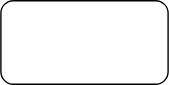
nicholasdille/container-slides keeps this draw.io diagram as 160_gitlab_ci/110_triggers/example2.drawio.svg. Above is the earlier version. Source tidied: cells renumbered, new cells last; positions are measured from the earlier drawing's top-left corner, leaving out a move shared by most shapes. Its diagram source:
```xml
<mxGraphModel>
  <root>
    <mxCell id="0" />
    <mxCell id="1" parent="0" />
    <mxCell id="2" style="rounded=1;whiteSpace=wrap;html=1;fillColor=none;strokeColor=light-dark(#000000,#FFFFFF);fontColor=light-dark(#000000,#FFFFFF);" parent="1" vertex="1">
      <mxGeometry width="120" height="60" as="geometry" />
    </mxCell>
  </root>
</mxGraphModel>
```
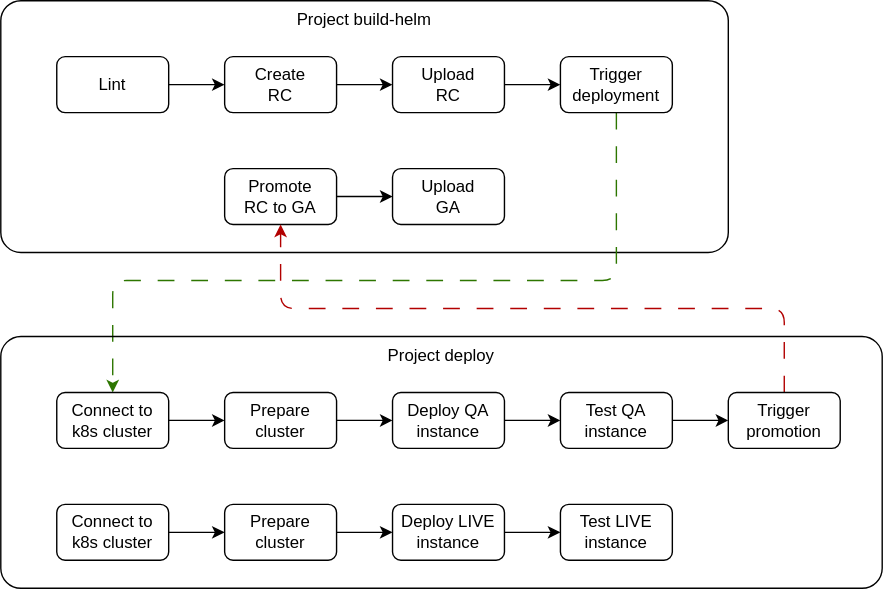
After the commit.

What changed in the source:
```diff
@@ -2,8 +2,105 @@
   <root>
     <mxCell id="0" />
     <mxCell id="1" parent="0" />
-    <mxCell id="2" style="rounded=1;whiteSpace=wrap;html=1;fillColor=none;strokeColor=light-dark(#000000,#FFFFFF);fontColor=light-dark(#000000,#FFFFFF);" parent="1" vertex="1">
-      <mxGeometry width="120" height="60" as="geometry" />
+    <mxCell id="2" value="Project build-helm" style="rounded=1;whiteSpace=wrap;html=1;fillColor=none;strokeColor=light-dark(#000000,#FFFFFF);fontColor=light-dark(#000000,#FFFFFF);verticalAlign=top;arcSize=8;" parent="1" vertex="1">
+      <mxGeometry width="520" height="180" as="geometry" />
     </mxCell>
+    <mxCell id="3" style="edgeStyle=none;html=1;" parent="1" edge="1" source="4" target="6">
+      <mxGeometry relative="1" as="geometry" />
+    </mxCell>
+    <mxCell id="4" value="Lint" style="rounded=1;whiteSpace=wrap;html=1;fillColor=none;strokeColor=light-dark(#000000,#FFFFFF);fontColor=light-dark(#000000,#FFFFFF);verticalAlign=middle;" parent="1" vertex="1">
+      <mxGeometry x="40" y="40" width="80" height="40" as="geometry" />
+    </mxCell>
+    <mxCell id="5" style="edgeStyle=none;html=1;" parent="1" edge="1" source="6" target="8">
+      <mxGeometry relative="1" as="geometry" />
+    </mxCell>
+    <mxCell id="6" value="Create&lt;br&gt;RC" style="rounded=1;whiteSpace=wrap;html=1;fillColor=none;strokeColor=light-dark(#000000,#FFFFFF);fontColor=light-dark(#000000,#FFFFFF);verticalAlign=middle;" parent="1" vertex="1">
+      <mxGeometry x="160" y="40" width="80" height="40" as="geometry" />
+    </mxCell>
+    <mxCell id="7" style="edgeStyle=none;html=1;" parent="1" edge="1" source="8" target="10">
+      <mxGeometry relative="1" as="geometry" />
+    </mxCell>
+    <mxCell id="8" value="Upload&lt;br&gt;RC" style="rounded=1;whiteSpace=wrap;html=1;fillColor=none;strokeColor=light-dark(#000000,#FFFFFF);fontColor=light-dark(#000000,#FFFFFF);verticalAlign=middle;" parent="1" vertex="1">
+      <mxGeometry x="280" y="40" width="80" height="40" as="geometry" />
+    </mxCell>
+    <mxCell id="9" style="edgeStyle=orthogonalEdgeStyle;html=1;dashed=1;dashPattern=12 12;fillColor=#60a917;strokeColor=#2D7600;" parent="1" edge="1" source="10" target="13">
+      <mxGeometry relative="1" as="geometry">
+        <Array as="points">
+          <mxPoint x="440" y="200" />
+          <mxPoint x="80" y="200" />
+        </Array>
+      </mxGeometry>
+    </mxCell>
+    <mxCell id="10" value="Trigger deployment" style="rounded=1;whiteSpace=wrap;html=1;fillColor=none;strokeColor=light-dark(#000000,#FFFFFF);fontColor=light-dark(#000000,#FFFFFF);verticalAlign=middle;" parent="1" vertex="1">
+      <mxGeometry x="400" y="40" width="80" height="40" as="geometry" />
+    </mxCell>
+    <mxCell id="11" value="Project deploy" style="rounded=1;whiteSpace=wrap;html=1;fillColor=none;strokeColor=light-dark(#000000,#FFFFFF);fontColor=light-dark(#000000,#FFFFFF);verticalAlign=top;arcSize=8;" parent="1" vertex="1">
+      <mxGeometry y="240" width="630" height="180" as="geometry" />
+    </mxCell>
+    <mxCell id="12" style="edgeStyle=none;html=1;" parent="1" edge="1" source="13" target="15">
+      <mxGeometry relative="1" as="geometry" />
+    </mxCell>
+    <mxCell id="13" value="Connect to k8s cluster" style="rounded=1;whiteSpace=wrap;html=1;fillColor=none;strokeColor=light-dark(#000000,#FFFFFF);fontColor=light-dark(#000000,#FFFFFF);verticalAlign=middle;" parent="1" vertex="1">
+      <mxGeometry x="40" y="280" width="80" height="40" as="geometry" />
+    </mxCell>
+    <mxCell id="14" style="edgeStyle=none;html=1;" parent="1" edge="1" source="15" target="17">
+      <mxGeometry relative="1" as="geometry" />
+    </mxCell>
+    <mxCell id="15" value="Prepare cluster" style="rounded=1;whiteSpace=wrap;html=1;fillColor=none;strokeColor=light-dark(#000000,#FFFFFF);fontColor=light-dark(#000000,#FFFFFF);verticalAlign=middle;" parent="1" vertex="1">
+      <mxGeometry x="160" y="280" width="80" height="40" as="geometry" />
+    </mxCell>
+    <mxCell id="16" style="edgeStyle=none;html=1;" parent="1" edge="1" source="17" target="19">
+      <mxGeometry relative="1" as="geometry" />
+    </mxCell>
+    <mxCell id="17" value="Deploy QA instance" style="rounded=1;whiteSpace=wrap;html=1;fillColor=none;strokeColor=light-dark(#000000,#FFFFFF);fontColor=light-dark(#000000,#FFFFFF);verticalAlign=middle;" parent="1" vertex="1">
+      <mxGeometry x="280" y="280" width="80" height="40" as="geometry" />
+    </mxCell>
+    <mxCell id="18" style="edgeStyle=none;html=1;" parent="1" edge="1" source="19" target="24">
+      <mxGeometry relative="1" as="geometry" />
+    </mxCell>
+    <mxCell id="19" value="Test QA instance" style="rounded=1;whiteSpace=wrap;html=1;fillColor=none;strokeColor=light-dark(#000000,#FFFFFF);fontColor=light-dark(#000000,#FFFFFF);verticalAlign=middle;" parent="1" vertex="1">
+      <mxGeometry x="400" y="280" width="80" height="40" as="geometry" />
+    </mxCell>
+    <mxCell id="20" style="edgeStyle=none;html=1;" parent="1" edge="1" source="21" target="22">
+      <mxGeometry relative="1" as="geometry" />
+    </mxCell>
+    <mxCell id="21" value="Promote&lt;br&gt;RC to GA" style="rounded=1;whiteSpace=wrap;html=1;fillColor=none;strokeColor=light-dark(#000000,#FFFFFF);fontColor=light-dark(#000000,#FFFFFF);verticalAlign=middle;" parent="1" vertex="1">
+      <mxGeometry x="160" y="120" width="80" height="40" as="geometry" />
+    </mxCell>
+    <mxCell id="22" value="Upload&lt;br&gt;GA" style="rounded=1;whiteSpace=wrap;html=1;fillColor=none;strokeColor=light-dark(#000000,#FFFFFF);fontColor=light-dark(#000000,#FFFFFF);verticalAlign=middle;" parent="1" vertex="1">
+      <mxGeometry x="280" y="120" width="80" height="40" as="geometry" />
+    </mxCell>
+    <mxCell id="23" style="edgeStyle=orthogonalEdgeStyle;html=1;dashed=1;dashPattern=12 12;fillColor=#e51400;strokeColor=#B20000;" parent="1" edge="1" source="24" target="21">
+      <mxGeometry relative="1" as="geometry">
+        <Array as="points">
+          <mxPoint x="560" y="220" />
+          <mxPoint x="200" y="220" />
+        </Array>
+      </mxGeometry>
+    </mxCell>
+    <mxCell id="24" value="Trigger promotion" style="rounded=1;whiteSpace=wrap;html=1;fillColor=none;strokeColor=light-dark(#000000,#FFFFFF);fontColor=light-dark(#000000,#FFFFFF);verticalAlign=middle;" parent="1" vertex="1">
+      <mxGeometry x="520" y="280" width="80" height="40" as="geometry" />
+    </mxCell>
+    <mxCell id="25" style="edgeStyle=none;html=1;" parent="1" edge="1" source="26" target="28">
+      <mxGeometry relative="1" as="geometry" />
+    </mxCell>
+    <mxCell id="26" value="Connect to k8s cluster" style="rounded=1;whiteSpace=wrap;html=1;fillColor=none;strokeColor=light-dark(#000000,#FFFFFF);fontColor=light-dark(#000000,#FFFFFF);verticalAlign=middle;" parent="1" vertex="1">
+      <mxGeometry x="40" y="360" width="80" height="40" as="geometry" />
+    </mxCell>
+    <mxCell id="27" style="edgeStyle=none;html=1;" parent="1" edge="1" source="28" target="30">
+      <mxGeometry relative="1" as="geometry" />
+    </mxCell>
+    <mxCell id="28" value="Prepare cluster" style="rounded=1;whiteSpace=wrap;html=1;fillColor=none;strokeColor=light-dark(#000000,#FFFFFF);fontColor=light-dark(#000000,#FFFFFF);verticalAlign=middle;" parent="1" vertex="1">
+      <mxGeometry x="160" y="360" width="80" height="40" as="geometry" />
+    </mxCell>
+    <mxCell id="29" style="edgeStyle=none;html=1;" parent="1" edge="1" source="30" target="31">
+      <mxGeometry relative="1" as="geometry" />
+    </mxCell>
+    <mxCell id="30" value="Deploy LIVE instance" style="rounded=1;whiteSpace=wrap;html=1;fillColor=none;strokeColor=light-dark(#000000,#FFFFFF);fontColor=light-dark(#000000,#FFFFFF);verticalAlign=middle;" parent="1" vertex="1">
+      <mxGeometry x="280" y="360" width="80" height="40" as="geometry" />
+    </mxCell>
+    <mxCell id="31" value="Test LIVE instance" style="rounded=1;whiteSpace=wrap;html=1;fillColor=none;strokeColor=light-dark(#000000,#FFFFFF);fontColor=light-dark(#000000,#FFFFFF);verticalAlign=middle;" parent="1" vertex="1">
+      <mxGeometry x="400" y="360" width="80" height="40" as="geometry" />
+    </mxCell>
   </root>
 </mxGraphModel>
```
